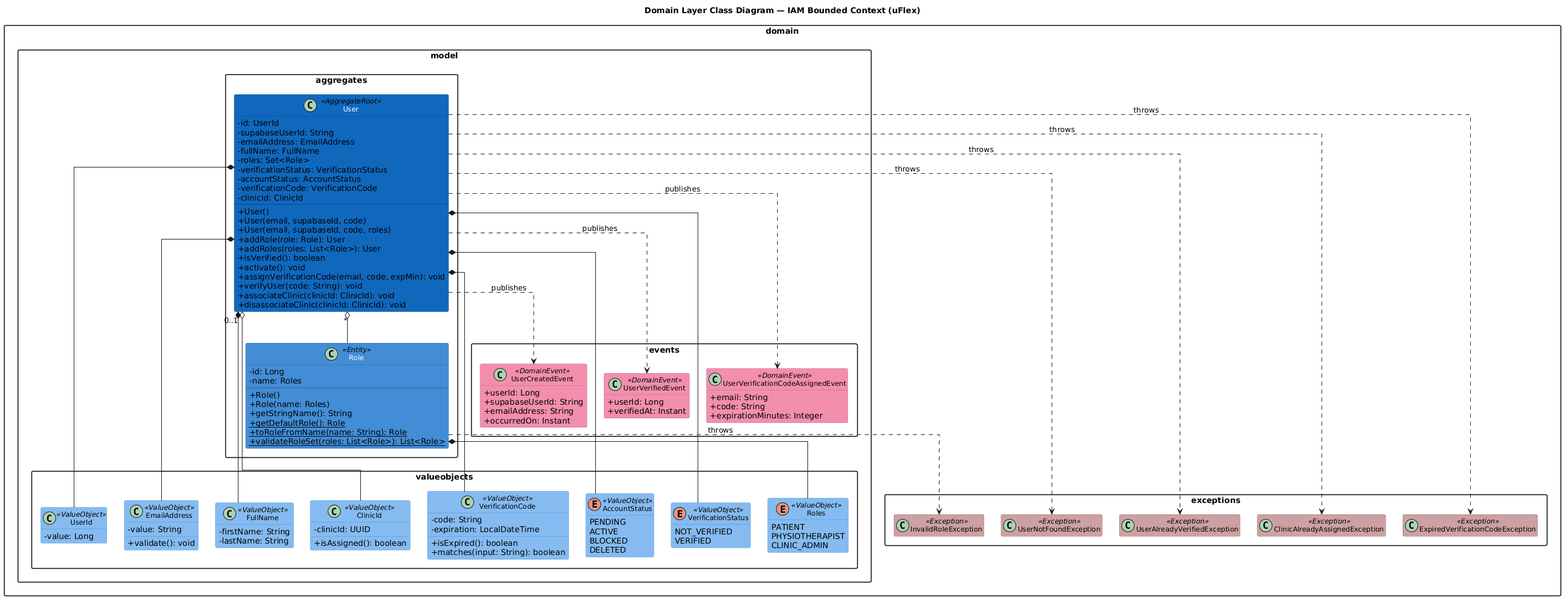
Before: assets/diagrams/uml/class/out/iam-domain-layer-class-diagram.png, a diagram exported from PlantUML (kiniot/uflex-project-report).
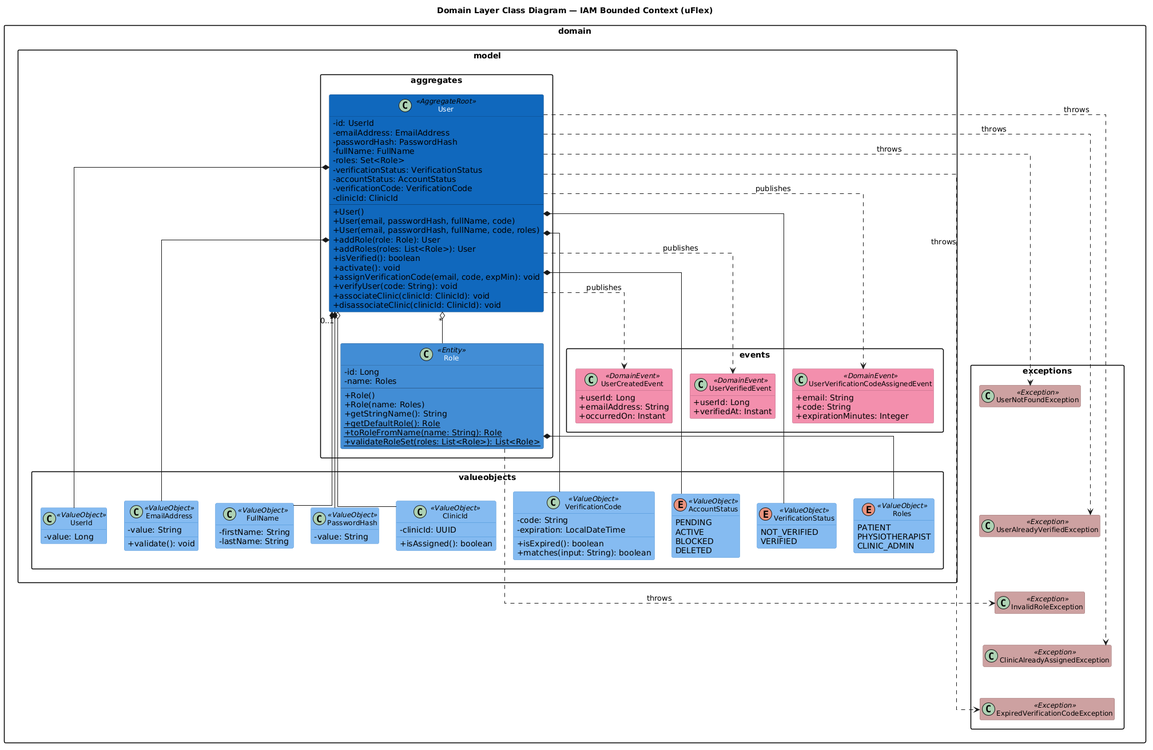
The same file after the commit.

The edit, as a diff of the source:
```diff
@@ -54,8 +54,8 @@
 package "domain.model.aggregates" {
   class User <<AggregateRoot>> {
     - id: UserId
-    - supabaseUserId: String
     - emailAddress: EmailAddress
+    - passwordHash: PasswordHash
     - fullName: FullName
     - roles: Set<Role>
     - verificationStatus: VerificationStatus
@@ -64,8 +64,8 @@
     - clinicId: ClinicId
     --
     + User()
-    + User(email, supabaseId, code)
-    + User(email, supabaseId, code, roles)
+    + User(email, passwordHash, fullName, code)
+    + User(email, passwordHash, fullName, code, roles)
     + addRole(role: Role): User
     + addRoles(roles: List<Role>): User
     + isVerified(): boolean
@@ -101,6 +101,9 @@
     - firstName: String
     - lastName: String
   }
+  class PasswordHash <<ValueObject>> {
+    - value: String
+  }
   class ClinicId <<ValueObject>> {
     - clinicId: UUID
     + isAssigned(): boolean
@@ -131,7 +134,6 @@
 package "domain.model.events" {
   class UserCreatedEvent <<DomainEvent>> {
     + userId: Long
-    + supabaseUserId: String
     + emailAddress: String
     + occurredOn: Instant
   }
@@ -152,10 +154,16 @@
   class InvalidRoleException <<Exception>>
   class ClinicAlreadyAssignedException <<Exception>>
   class ExpiredVerificationCodeException <<Exception>>
+
+  UserNotFoundException -[hidden]down- UserAlreadyVerifiedException
+  UserAlreadyVerifiedException -[hidden]down- InvalidRoleException
+  InvalidRoleException -[hidden]down- ClinicAlreadyAssignedException
+  ClinicAlreadyAssignedException -[hidden]down- ExpiredVerificationCodeException
 }
 
 User *-- UserId
 User *-- EmailAddress
+User *-- PasswordHash
 User *-- FullName
 User *-- AccountStatus
 User *-- VerificationStatus
```
